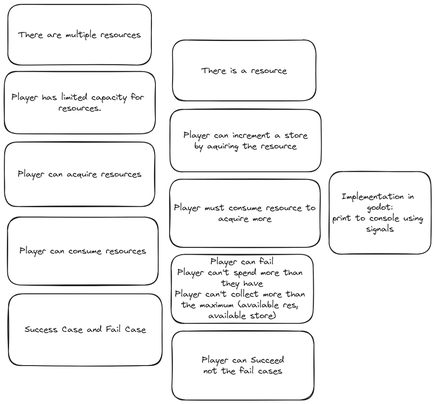
loteque/Godot-RMS keeps this Excalidraw diagram as docs/prelim.excalidraw.png. Above is the earlier version. Source tidied: one line per element, renumbered; positions are measured from the earlier drawing's top-left corner, leaving out a move shared by most shapes. The source it was exported from:
```json
{"id": 0, "type": "rectangle", "strokeColor": "#1e1e1e", "strokeWidth": 2, "roughness": 1, "round": true, "x": 0, "y": 319, "width": 348, "height": 149}
{"id": 1, "type": "text", "text": "Player can acquire resources", "strokeColor": "#1e1e1e", "strokeWidth": 2, "roughness": 1, "fontSize": 20, "fontFamily": 1, "textAlign": "center", "verticalAlign": "middle", "inside": 0, "x": 32, "y": 381, "width": 286, "height": 25}
{"id": 2, "type": "rectangle", "strokeColor": "#1e1e1e", "strokeWidth": 2, "roughness": 1, "round": true, "x": 0, "y": 155, "width": 350, "height": 144}
{"id": 3, "type": "text", "text": "Player has limited capacity for \nresources.", "strokeColor": "#1e1e1e", "strokeWidth": 2, "roughness": 1, "fontSize": 20, "fontFamily": 1, "textAlign": "center", "verticalAlign": "middle", "inside": 2, "x": 17, "y": 203, "width": 316, "height": 50}
{"id": 4, "type": "rectangle", "strokeColor": "#1e1e1e", "strokeWidth": 2, "roughness": 1, "round": true, "x": 384, "y": 243, "width": 350, "height": 144}
{"id": 5, "type": "text", "text": "Player can increment a store\nby aquiring the resource", "strokeColor": "#1e1e1e", "strokeWidth": 2, "roughness": 1, "fontSize": 20, "fontFamily": 1, "textAlign": "center", "verticalAlign": "middle", "inside": 4, "x": 415, "y": 291, "width": 287, "height": 50}
{"id": 6, "type": "rectangle", "strokeColor": "#1e1e1e", "strokeWidth": 2, "roughness": 1, "round": true, "x": 7, "y": 493, "width": 349, "height": 158}
{"id": 7, "type": "text", "text": "Player can consume resources", "strokeColor": "#1e1e1e", "strokeWidth": 2, "roughness": 1, "fontSize": 20, "fontFamily": 1, "textAlign": "center", "verticalAlign": "middle", "inside": 6, "x": 35, "y": 559, "width": 293, "height": 25}
{"id": 8, "type": "rectangle", "strokeColor": "#1e1e1e", "strokeWidth": 2, "roughness": 1, "round": true, "x": 383, "y": 405, "width": 349, "height": 158}
{"id": 9, "type": "text", "text": "Player must consume resource to\nacquire more", "strokeColor": "#1e1e1e", "strokeWidth": 2, "roughness": 1, "fontSize": 20, "fontFamily": 1, "textAlign": "center", "verticalAlign": "middle", "inside": 8, "x": 393, "y": 459, "width": 328, "height": 50}
{"id": 10, "type": "rectangle", "strokeColor": "#1e1e1e", "strokeWidth": 2, "roughness": 1, "round": true, "x": 8, "y": 0, "width": 333, "height": 141}
{"id": 11, "type": "text", "text": "There are multiple resources", "strokeColor": "#1e1e1e", "strokeWidth": 2, "roughness": 1, "fontSize": 20, "fontFamily": 1, "textAlign": "center", "verticalAlign": "middle", "inside": 10, "x": 33, "y": 58, "width": 284, "height": 25}
{"id": 12, "type": "rectangle", "strokeColor": "#1e1e1e", "strokeWidth": 2, "roughness": 1, "round": true, "x": 390, "y": 83, "width": 333, "height": 141}
{"id": 13, "type": "text", "text": "There is a resource", "strokeColor": "#1e1e1e", "strokeWidth": 2, "roughness": 1, "fontSize": 20, "fontFamily": 1, "textAlign": "center", "verticalAlign": "middle", "inside": 12, "x": 457, "y": 141, "width": 197, "height": 25}
{"id": 14, "type": "rectangle", "strokeColor": "#1e1e1e", "strokeWidth": 2, "roughness": 1, "round": true, "x": 753, "y": 387, "width": 236, "height": 191}
{"id": 15, "type": "text", "text": "Implementation in \ngodot:\nprint to console using \nsignals", "strokeColor": "#1e1e1e", "strokeWidth": 2, "roughness": 1, "fontSize": 20, "fontFamily": 1, "textAlign": "center", "verticalAlign": "middle", "inside": 14, "x": 760, "y": 433, "width": 220, "height": 100}
{"id": 16, "type": "rectangle", "strokeColor": "#1e1e1e", "strokeWidth": 2, "roughness": 1, "round": true, "x": 10, "y": 671, "width": 356, "height": 166}
{"id": 17, "type": "text", "text": "Success Case and Fail Case", "strokeColor": "#1e1e1e", "strokeWidth": 2, "roughness": 1, "fontSize": 20, "fontFamily": 1, "textAlign": "center", "verticalAlign": "middle", "inside": 16, "x": 47, "y": 741, "width": 281, "height": 25}
{"id": 18, "type": "rectangle", "strokeColor": "#1e1e1e", "strokeWidth": 2, "roughness": 1, "round": true, "x": 386, "y": 579, "width": 329, "height": 160}
{"id": 19, "type": "text", "text": "Player can fail\nPlayer can't spend more than \nthey have\nPlayer can't collect more than \nthe maximum (available res, \navailable store)", "strokeColor": "#1e1e1e", "strokeWidth": 2, "roughness": 1, "fontSize": 20, "fontFamily": 1, "textAlign": "center", "verticalAlign": "middle", "inside": 18, "x": 396, "y": 584, "width": 311, "height": 150}
{"id": 20, "type": "rectangle", "strokeColor": "#1e1e1e", "strokeWidth": 2, "roughness": 1, "round": true, "x": 388, "y": 757, "width": 329, "height": 159}
{"id": 21, "type": "text", "text": "Player can Succeed\nnot the fail cases", "strokeColor": "#1e1e1e", "strokeWidth": 2, "roughness": 1, "fontSize": 20, "fontFamily": 1, "textAlign": "center", "verticalAlign": "middle", "inside": 20, "x": 458, "y": 812, "width": 190, "height": 50}
```
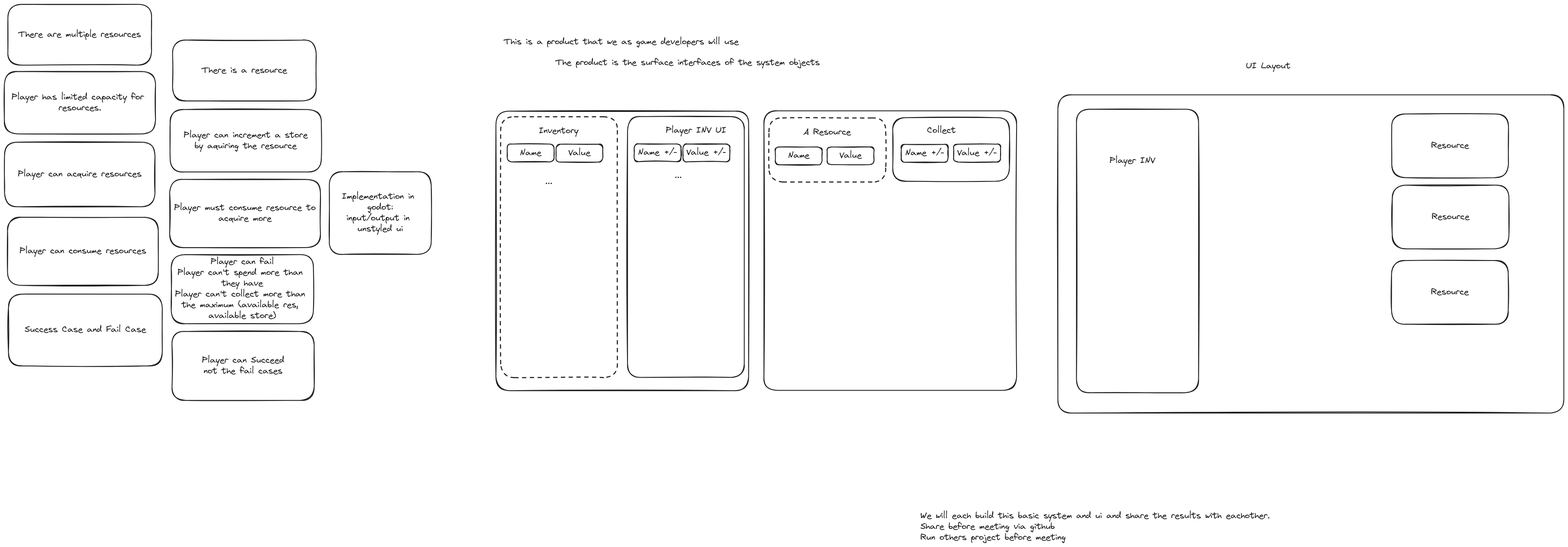
After the commit.

Diff of the diagram source:
```diff
@@ -13,10 +13,51 @@
 {"id": 12, "type": "rectangle", "strokeColor": "#1e1e1e", "strokeWidth": 2, "roughness": 1, "round": true, "x": 390, "y": 83, "width": 333, "height": 141}
 {"id": 13, "type": "text", "text": "There is a resource", "strokeColor": "#1e1e1e", "strokeWidth": 2, "roughness": 1, "fontSize": 20, "fontFamily": 1, "textAlign": "center", "verticalAlign": "middle", "inside": 12, "x": 457, "y": 141, "width": 197, "height": 25}
 {"id": 14, "type": "rectangle", "strokeColor": "#1e1e1e", "strokeWidth": 2, "roughness": 1, "round": true, "x": 753, "y": 387, "width": 236, "height": 191}
-{"id": 15, "type": "text", "text": "Implementation in \ngodot:\nprint to console using \nsignals", "strokeColor": "#1e1e1e", "strokeWidth": 2, "roughness": 1, "fontSize": 20, "fontFamily": 1, "textAlign": "center", "verticalAlign": "middle", "inside": 14, "x": 760, "y": 433, "width": 220, "height": 100}
+{"id": 15, "type": "text", "text": "Implementation in \ngodot:\ninput/output in \nunstyled ui", "strokeColor": "#1e1e1e", "strokeWidth": 2, "roughness": 1, "fontSize": 20, "fontFamily": 1, "textAlign": "center", "verticalAlign": "middle", "inside": 14, "x": 782, "y": 433, "width": 177, "height": 100}
 {"id": 16, "type": "rectangle", "strokeColor": "#1e1e1e", "strokeWidth": 2, "roughness": 1, "round": true, "x": 10, "y": 671, "width": 356, "height": 166}
 {"id": 17, "type": "text", "text": "Success Case and Fail Case", "strokeColor": "#1e1e1e", "strokeWidth": 2, "roughness": 1, "fontSize": 20, "fontFamily": 1, "textAlign": "center", "verticalAlign": "middle", "inside": 16, "x": 47, "y": 741, "width": 281, "height": 25}
 {"id": 18, "type": "rectangle", "strokeColor": "#1e1e1e", "strokeWidth": 2, "roughness": 1, "round": true, "x": 386, "y": 579, "width": 329, "height": 160}
 {"id": 19, "type": "text", "text": "Player can fail\nPlayer can't spend more than \nthey have\nPlayer can't collect more than \nthe maximum (available res, \navailable store)", "strokeColor": "#1e1e1e", "strokeWidth": 2, "roughness": 1, "fontSize": 20, "fontFamily": 1, "textAlign": "center", "verticalAlign": "middle", "inside": 18, "x": 396, "y": 584, "width": 311, "height": 150}
 {"id": 20, "type": "rectangle", "strokeColor": "#1e1e1e", "strokeWidth": 2, "roughness": 1, "round": true, "x": 388, "y": 757, "width": 329, "height": 159}
 {"id": 21, "type": "text", "text": "Player can Succeed\nnot the fail cases", "strokeColor": "#1e1e1e", "strokeWidth": 2, "roughness": 1, "fontSize": 20, "fontFamily": 1, "textAlign": "center", "verticalAlign": "middle", "inside": 20, "x": 458, "y": 812, "width": 190, "height": 50}
+{"id": 22, "type": "text", "text": "This is a product that we as game developers will use", "strokeColor": "#1e1e1e", "strokeWidth": 2, "roughness": 1, "fontSize": 20, "fontFamily": 1, "x": 1157, "y": 75, "width": 544, "height": 25}
+{"id": 23, "type": "rectangle", "strokeColor": "#1e1e1e", "strokeWidth": 2, "roughness": 1, "round": true, "x": 1138, "y": 247, "width": 585, "height": 647}
+{"id": 24, "type": "rectangle", "strokeColor": "#1e1e1e", "strokeWidth": 2, "roughness": 1, "round": true, "x": 1759, "y": 246, "width": 585, "height": 647}
+{"id": 25, "type": "rectangle", "strokeColor": "#1e1e1e", "strokeWidth": 2, "roughness": 1, "round": true, "x": 1165, "y": 323, "width": 108, "height": 41}
+{"id": 26, "type": "text", "text": "Name", "strokeColor": "#1e1e1e", "strokeWidth": 2, "roughness": 1, "fontSize": 20, "fontFamily": 1, "textAlign": "center", "verticalAlign": "middle", "inside": 25, "x": 1194, "y": 332, "width": 50, "height": 25}
+{"id": 27, "type": "rectangle", "strokeColor": "#1e1e1e", "strokeWidth": 2, "roughness": 1, "round": true, "x": 1458, "y": 323, "width": 108, "height": 41}
+{"id": 28, "type": "text", "text": "Name +/-", "strokeColor": "#1e1e1e", "strokeWidth": 2, "roughness": 1, "fontSize": 20, "fontFamily": 1, "textAlign": "center", "verticalAlign": "middle", "inside": 27, "x": 1467, "y": 331, "width": 91, "height": 25}
+{"id": 29, "type": "rectangle", "strokeColor": "#1e1e1e", "strokeWidth": 2, "roughness": 1, "round": true, "x": 2077, "y": 324, "width": 108, "height": 41}
+{"id": 30, "type": "text", "text": "Name +/-", "strokeColor": "#1e1e1e", "strokeWidth": 2, "roughness": 1, "fontSize": 20, "fontFamily": 1, "textAlign": "center", "verticalAlign": "middle", "inside": 29, "x": 2086, "y": 332, "width": 91, "height": 25}
+{"id": 31, "type": "rectangle", "strokeColor": "#1e1e1e", "strokeWidth": 2, "roughness": 1, "round": true, "x": 1785, "y": 330, "width": 108, "height": 41}
+{"id": 32, "type": "text", "text": "Name", "strokeColor": "#1e1e1e", "strokeWidth": 2, "roughness": 1, "fontSize": 20, "fontFamily": 1, "textAlign": "center", "verticalAlign": "middle", "inside": 31, "x": 1815, "y": 338, "width": 50, "height": 25}
+{"id": 33, "type": "rectangle", "strokeColor": "#1e1e1e", "strokeWidth": 2, "roughness": 1, "round": true, "x": 1278, "y": 324, "width": 108, "height": 41}
+{"id": 34, "type": "text", "text": "Value", "strokeColor": "#1e1e1e", "strokeWidth": 2, "roughness": 1, "fontSize": 20, "fontFamily": 1, "textAlign": "center", "verticalAlign": "middle", "inside": 33, "x": 1306, "y": 332, "width": 51, "height": 25}
+{"id": 35, "type": "rectangle", "strokeColor": "#1e1e1e", "strokeWidth": 2, "roughness": 1, "round": true, "x": 1571, "y": 323, "width": 108, "height": 41}
+{"id": 36, "type": "text", "text": "Value +/-", "strokeColor": "#1e1e1e", "strokeWidth": 2, "roughness": 1, "fontSize": 20, "fontFamily": 1, "textAlign": "center", "verticalAlign": "middle", "inside": 35, "x": 1580, "y": 331, "width": 92, "height": 25}
+{"id": 37, "type": "rectangle", "strokeColor": "#1e1e1e", "strokeWidth": 2, "roughness": 1, "round": true, "x": 2198, "y": 324, "width": 108, "height": 41}
+{"id": 38, "type": "text", "text": "Value +/-", "strokeColor": "#1e1e1e", "strokeWidth": 2, "roughness": 1, "fontSize": 20, "fontFamily": 1, "textAlign": "center", "verticalAlign": "middle", "inside": 37, "x": 2207, "y": 332, "width": 92, "height": 25}
+{"id": 39, "type": "rectangle", "strokeColor": "#1e1e1e", "strokeWidth": 2, "roughness": 1, "round": true, "x": 1905, "y": 330, "width": 108, "height": 41}
+{"id": 40, "type": "text", "text": "Value", "strokeColor": "#1e1e1e", "strokeWidth": 2, "roughness": 1, "fontSize": 20, "fontFamily": 1, "textAlign": "center", "verticalAlign": "middle", "inside": 39, "x": 1934, "y": 338, "width": 51, "height": 25}
+{"id": 41, "type": "rectangle", "strokeColor": "#1e1e1e", "strokeWidth": 2, "strokeStyle": "dashed", "roughness": 1, "round": true, "x": 1149, "y": 260, "width": 270, "height": 604}
+{"id": 42, "type": "rectangle", "strokeColor": "#1e1e1e", "strokeWidth": 2, "roughness": 1, "round": true, "x": 1443, "y": 260, "width": 270, "height": 604}
+{"id": 43, "type": "rectangle", "strokeColor": "#1e1e1e", "strokeWidth": 2, "roughness": 1, "round": true, "x": 2057, "y": 262, "width": 270, "height": 147}
+{"id": 44, "type": "rectangle", "strokeColor": "#1e1e1e", "strokeWidth": 2, "strokeStyle": "dashed", "roughness": 1, "round": true, "x": 1771, "y": 263, "width": 270, "height": 148}
+{"id": 45, "type": "text", "text": "Inventory", "strokeColor": "#1e1e1e", "strokeWidth": 2, "roughness": 1, "fontSize": 20, "fontFamily": 1, "x": 1238, "y": 281, "width": 91, "height": 25}
+{"id": 46, "type": "text", "text": "Player INV UI", "strokeColor": "#1e1e1e", "strokeWidth": 2, "roughness": 1, "fontSize": 20, "fontFamily": 1, "x": 1532, "y": 280, "width": 140, "height": 25}
+{"id": 47, "type": "text", "text": "Collect", "strokeColor": "#1e1e1e", "strokeWidth": 2, "roughness": 1, "fontSize": 20, "fontFamily": 1, "x": 2137, "y": 280, "width": 67, "height": 25}
+{"id": 48, "type": "text", "text": "A Resource", "strokeColor": "#1e1e1e", "strokeWidth": 2, "roughness": 1, "fontSize": 20, "fontFamily": 1, "x": 1850, "y": 284, "width": 110, "height": 25}
+{"id": 49, "type": "text", "text": "...", "strokeColor": "#1e1e1e", "strokeWidth": 2, "roughness": 1, "fontSize": 20, "fontFamily": 1, "x": 1253, "y": 398, "width": 16, "height": 25}
+{"id": 50, "type": "text", "text": "...", "strokeColor": "#1e1e1e", "strokeWidth": 2, "roughness": 1, "fontSize": 20, "fontFamily": 1, "x": 1552, "y": 384, "width": 16, "height": 25}
+{"id": 51, "type": "rectangle", "strokeColor": "#1e1e1e", "strokeWidth": 2, "roughness": 1, "round": true, "x": 2440, "y": 209, "width": 1172, "height": 737}
+{"id": 52, "type": "rectangle", "strokeColor": "#1e1e1e", "strokeWidth": 2, "roughness": 1, "round": true, "x": 2483, "y": 243, "width": 283, "height": 656}
+{"id": 53, "type": "rectangle", "strokeColor": "#1e1e1e", "strokeWidth": 2, "roughness": 1, "round": true, "x": 3213, "y": 254, "width": 270, "height": 147}
+{"id": 54, "type": "text", "text": "Resource", "strokeColor": "#1e1e1e", "strokeWidth": 2, "roughness": 1, "fontSize": 20, "fontFamily": 1, "textAlign": "center", "verticalAlign": "middle", "inside": 53, "x": 3304, "y": 315, "width": 87, "height": 25}
+{"id": 55, "type": "rectangle", "strokeColor": "#1e1e1e", "strokeWidth": 2, "roughness": 1, "round": true, "x": 3214, "y": 419, "width": 270, "height": 147}
+{"id": 56, "type": "text", "text": "Resource", "strokeColor": "#1e1e1e", "strokeWidth": 2, "roughness": 1, "fontSize": 20, "fontFamily": 1, "textAlign": "center", "verticalAlign": "middle", "inside": 55, "x": 3305, "y": 480, "width": 87, "height": 25}
+{"id": 57, "type": "rectangle", "strokeColor": "#1e1e1e", "strokeWidth": 2, "roughness": 1, "round": true, "x": 3212, "y": 593, "width": 270, "height": 147}
+{"id": 58, "type": "text", "text": "Resource", "strokeColor": "#1e1e1e", "strokeWidth": 2, "roughness": 1, "fontSize": 20, "fontFamily": 1, "textAlign": "center", "verticalAlign": "middle", "inside": 57, "x": 3304, "y": 654, "width": 87, "height": 25}
+{"id": 59, "type": "text", "text": "The product is the surface interfaces of the system objects", "strokeColor": "#1e1e1e", "strokeWidth": 2, "roughness": 1, "fontSize": 20, "fontFamily": 1, "x": 1276, "y": 123, "width": 612, "height": 25}
+{"id": 60, "type": "text", "text": "UI Layout", "strokeColor": "#1e1e1e", "strokeWidth": 2, "roughness": 1, "fontSize": 20, "fontFamily": 1, "x": 2875, "y": 131, "width": 104, "height": 25}
+{"id": 61, "type": "text", "text": "Player INV", "strokeColor": "#1e1e1e", "strokeWidth": 2, "roughness": 1, "fontSize": 20, "fontFamily": 1, "x": 2560, "y": 350, "width": 105, "height": 25}
+{"id": 62, "type": "text", "text": "We will each build this basic system and ui and share the results with eachother.\nShare before meeting via github\nRun others project before meeting", "strokeColor": "#1e1e1e", "strokeWidth": 2, "roughness": 1, "fontSize": 20, "fontFamily": 1, "x": 2122, "y": 1172, "width": 809, "height": 75}
```
